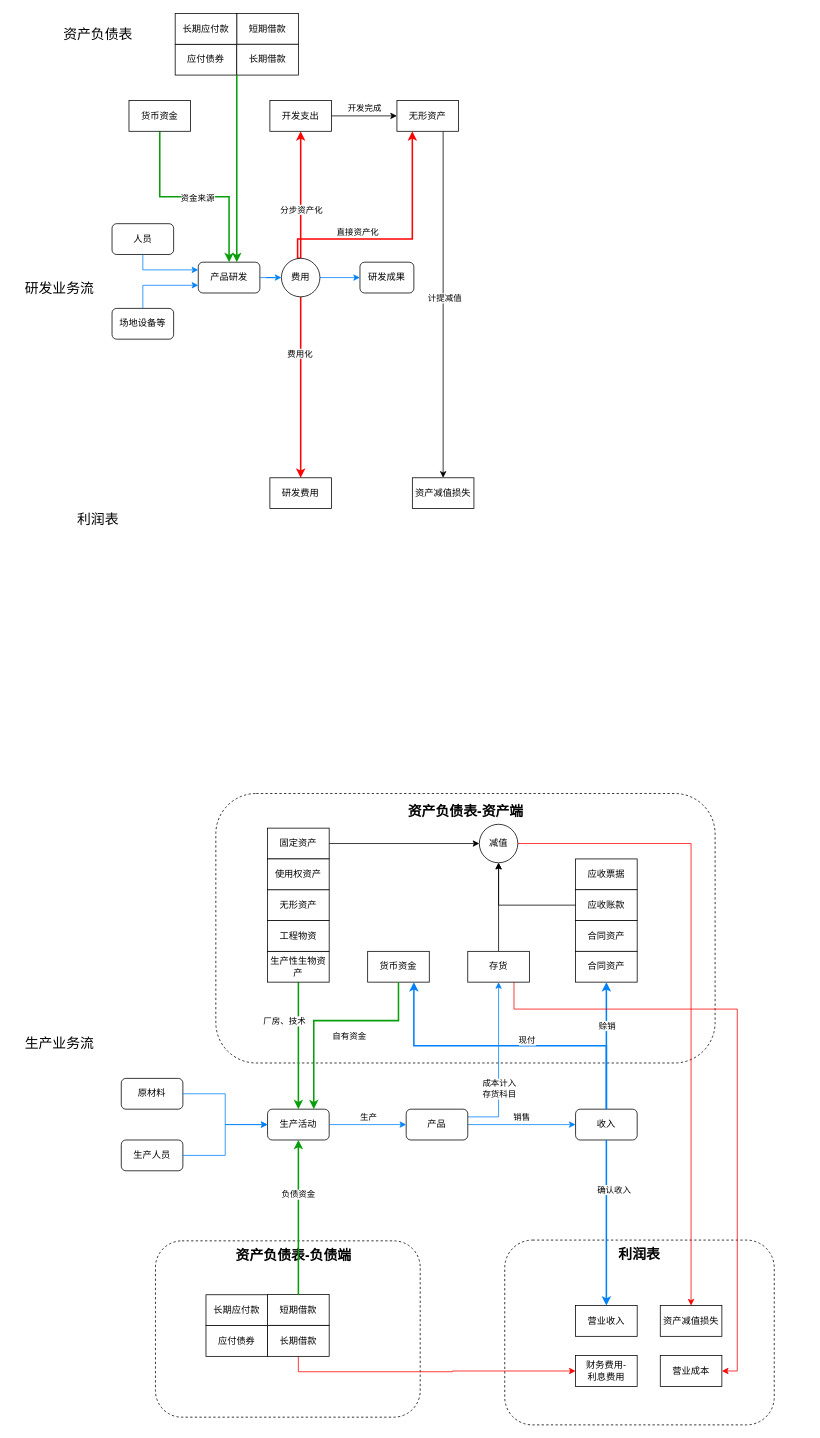
Before: 基于业务流的财务报表科目转换图.drawio in evagle/awesome, a draw.io diagram. Source tidied: cells renumbered, new cells numbered last; positions are measured from the earlier drawing's top-left corner, leaving out a move shared by most shapes. Both pictures are drawn from the tidied source at 77%, with x=0, y=0 at pixel (13, 13).
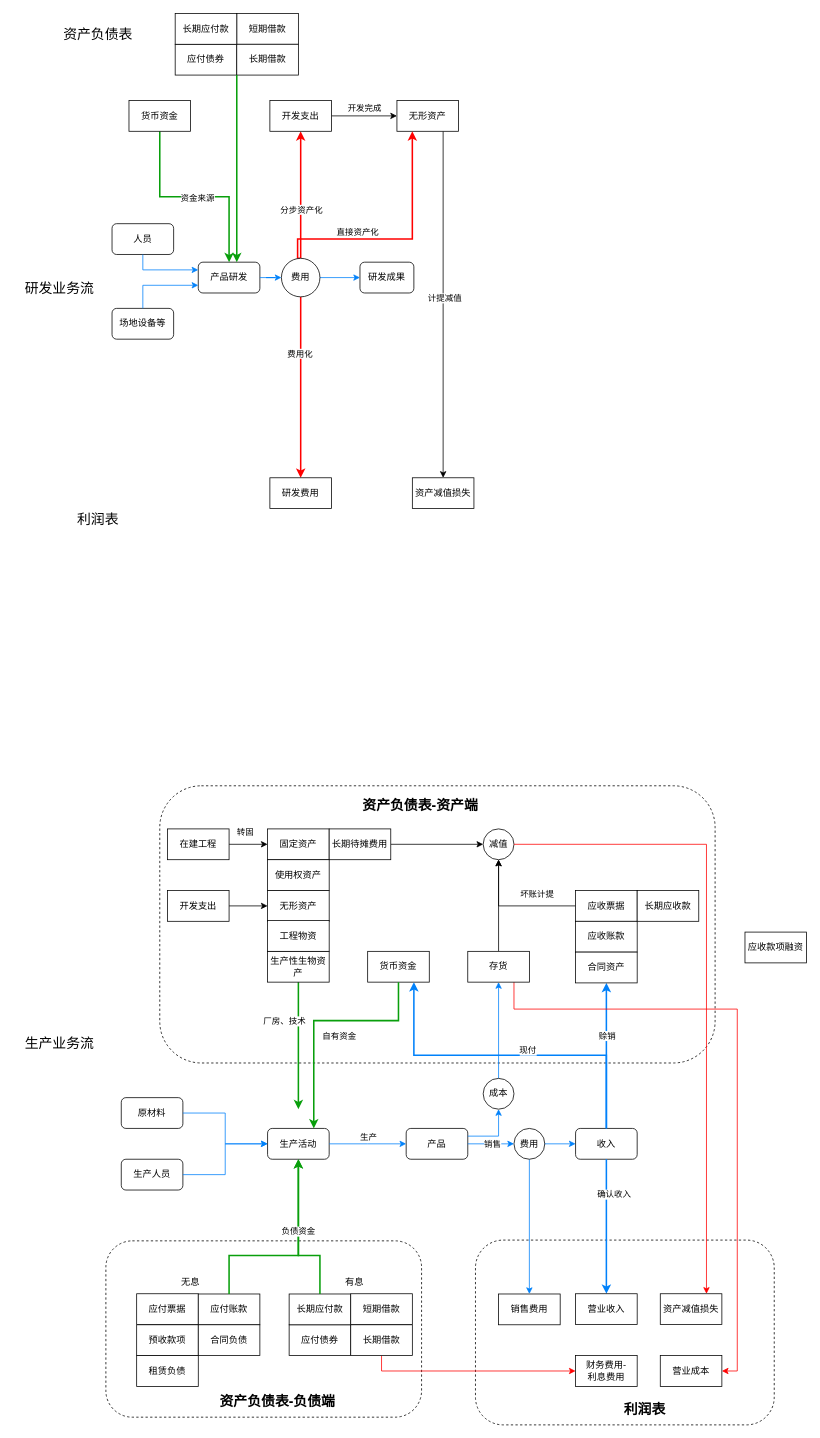
Above is the later version.

Commit message:
Update 基于业务流的财务报表科目转换图.drawio

Unchanged cells that the change refers to:
```xml
<mxCell id="83" value="存货" style="rounded=0;whiteSpace=wrap;html=1;" parent="1" vertex="1">
  <mxGeometry x="590" y="1218" width="80" height="40" as="geometry" />
</mxCell>
```

Change to the diagram source:
```diff
@@
-    <mxCell id="2" style="group;" parent="1" vertex="1">
-      <mxGeometry x="638" y="1593" width="350" height="240" as="geometry" />
-    </mxCell>
-    <mxCell id="3" style="rounded=1;whiteSpace=wrap;html=1;dashed=1;" parent="2" vertex="1">
-      <mxGeometry width="350" height="240" as="geometry" />
+    <mxCell id="3" style="rounded=1;whiteSpace=wrap;html=1;dashed=1;" parent="1" vertex="1">
+      <mxGeometry x="600" y="1593" width="388" height="240" as="geometry" />
     </mxCell>
-    <mxCell id="4" value="&lt;b&gt;&lt;font style=&quot;font-size: 18px;&quot;&gt;利润表&lt;/font&gt;&lt;/b&gt;" style="text;html=1;align=center;verticalAlign=middle;whiteSpace=wrap;rounded=0;" parent="2" vertex="1">
-      <mxGeometry x="145" y="8" width="60" height="21.8" as="geometry" />
-    </mxCell>
-    <mxCell id="5" style="group;" parent="1" vertex="1">
-      <mxGeometry x="150" y="1594" width="440" height="229" as="geometry" />
-    </mxCell>
+    <mxCell id="10" style="rounded=1;whiteSpace=wrap;html=1;dashed=1;" parent="1" vertex="1">
+      <mxGeometry x="190" y="1003" width="721.2" height="360" as="geometry" />
+    </mxCell>
-    <mxCell id="6" style="rounded=1;whiteSpace=wrap;html=1;dashed=1;" parent="5" vertex="1">
-      <mxGeometry x="34.4" width="343.8" height="229" as="geometry" />
+    <mxCell id="6" style="rounded=1;whiteSpace=wrap;html=1;dashed=1;" parent="1" vertex="1">
+      <mxGeometry x="120" y="1594" width="410" height="229" as="geometry" />
     </mxCell>
-    <mxCell id="7" value="&lt;span style=&quot;font-size: 18px;&quot;&gt;&lt;b&gt;资产负债表-负债端&lt;/b&gt;&lt;/span&gt;" style="text;html=1;align=center;verticalAlign=middle;whiteSpace=wrap;rounded=0;" parent="5" vertex="1">
-      <mxGeometry x="133.7" y="8.8" width="160.2" height="20.8" as="geometry" />
-    </mxCell>
-    <mxCell id="8" value="短期借款" style="rounded=0;whiteSpace=wrap;html=1;" parent="5" vertex="1">
-      <mxGeometry x="180" y="69.7" width="80" height="40" as="geometry" />
-    </mxCell>
-    <mxCell id="9" style="group;" parent="1" vertex="1">
-      <mxGeometry x="185" y="1053" width="830" height="350" as="geometry" />
-    </mxCell>
-    <mxCell id="10" style="rounded=1;whiteSpace=wrap;html=1;dashed=1;" parent="9" vertex="1">
-      <mxGeometry x="77.8" y="-40" width="648.4" height="350" as="geometry" />
-    </mxCell>
-    <mxCell id="11" value="&lt;span style=&quot;font-size: 18px;&quot;&gt;&lt;b&gt;资产负债表-资产端&lt;/b&gt;&lt;/span&gt;" style="text;html=1;align=center;verticalAlign=middle;whiteSpace=wrap;rounded=0;" parent="9" vertex="1">
-      <mxGeometry x="323.6" y="-32" width="156.9" height="31.8" as="geometry" />
-    </mxCell>
-    <mxCell id="12" value="应收票据" style="rounded=0;whiteSpace=wrap;html=1;" parent="9" vertex="1">
-      <mxGeometry x="545" y="45" width="80" height="40" as="geometry" />
-    </mxCell>
-    <mxCell id="13" value="应收账款" style="rounded=0;whiteSpace=wrap;html=1;" parent="9" vertex="1">
-      <mxGeometry x="545" y="85" width="80" height="40" as="geometry" />
-    </mxCell>
-    <mxCell id="14" value="合同资产" style="rounded=0;whiteSpace=wrap;html=1;" parent="9" vertex="1">
-      <mxGeometry x="545" y="125" width="80" height="40" as="geometry" />
-    </mxCell>
-    <mxCell id="15" value="合同资产" style="rounded=0;whiteSpace=wrap;html=1;" parent="9" vertex="1">
-      <mxGeometry x="545" y="165" width="80" height="40" as="geometry" />
-    </mxCell>
@@
     <mxCell id="49" value="生产人员" style="rounded=1;whiteSpace=wrap;html=1;" parent="1" vertex="1">
-      <mxGeometry x="140" y="1463" width="80" height="40" as="geometry" />
+      <mxGeometry x="140" y="1488" width="80" height="40" as="geometry" />
     </mxCell>
     <mxCell id="50" value="生产活动" style="rounded=1;whiteSpace=wrap;html=1;" parent="1" vertex="1">
-      <mxGeometry x="330" y="1423" width="80" height="40" as="geometry" />
+      <mxGeometry x="330" y="1448" width="80" height="40" as="geometry" />
     </mxCell>
     <mxCell id="51" value="无形资产" style="rounded=0;whiteSpace=wrap;html=1;" parent="1" vertex="1">
-      <mxGeometry x="330" y="1138" width="80" height="40" as="geometry" />
+      <mxGeometry x="330" y="1139" width="80" height="40" as="geometry" />
     </mxCell>
@@
     <mxCell id="53" value="应付债券" style="rounded=0;whiteSpace=wrap;html=1;" parent="1" vertex="1">
-      <mxGeometry x="250" y="1704" width="80" height="40" as="geometry" />
+      <mxGeometry x="358" y="1703" width="80" height="40" as="geometry" />
     </mxCell>
@@
     <mxCell id="55" value="长期借款" style="rounded=0;whiteSpace=wrap;html=1;" parent="1" vertex="1">
-      <mxGeometry x="330" y="1704" width="80" height="40" as="geometry" />
+      <mxGeometry x="438" y="1703" width="80" height="40" as="geometry" />
     </mxCell>
     <mxCell id="56" value="长期应付款" style="rounded=0;whiteSpace=wrap;html=1;" parent="1" vertex="1">
-      <mxGeometry x="250" y="1664" width="80" height="40" as="geometry" />
+      <mxGeometry x="358" y="1663" width="80" height="40" as="geometry" />
     </mxCell>
@@
-    <mxCell id="58" style="edgeStyle=orthogonalEdgeStyle;rounded=0;jettySize=auto;html=1;strokeColor=#099f0c;strokeWidth=2;exitX=0.5;exitY=0;exitDx=0;exitDy=0;entryX=0.5;entryY=1;entryDx=0;entryDy=0;" parent="1" edge="1" source="8" target="50">
+    <mxCell id="58" style="edgeStyle=orthogonalEdgeStyle;rounded=0;jettySize=auto;html=1;strokeColor=#099f0c;strokeWidth=2;exitX=0.5;exitY=0;exitDx=0;exitDy=0;entryX=0.5;entryY=1;entryDx=0;entryDy=0;" parent="1" edge="1" source="56" target="50">
       <mxGeometry relative="1" as="geometry">
         <Array as="points">
-          <mxPoint x="370" y="1664" />
+          <mxPoint x="398" y="1613" />
+          <mxPoint x="370" y="1613" />
         </Array>
       </mxGeometry>
     </mxCell>
-    <mxCell id="59" value="负债资金" style="edgeLabel;html=1;align=center;verticalAlign=middle;" parent="58" vertex="1">
-      <mxGeometry x="0.3" y="1" relative="1" as="geometry" />
-    </mxCell>
-    <mxCell id="60" style="edgeStyle=orthogonalEdgeStyle;rounded=0;jettySize=auto;html=1;exitX=1;exitY=0.5;exitDx=0;exitDy=0;entryX=0;entryY=0.5;entryDx=0;entryDy=0;" parent="1" edge="1" source="61" target="87">
+    <mxCell id="60" style="edgeStyle=orthogonalEdgeStyle;rounded=0;jettySize=auto;html=1;exitX=1;exitY=0.5;exitDx=0;exitDy=0;entryX=0;entryY=0.5;entryDx=0;entryDy=0;" parent="1" edge="1" source="99" target="87">
       <mxGeometry relative="1" as="geometry" />
     </mxCell>
     <mxCell id="61" value="固定资产" style="rounded=0;whiteSpace=wrap;html=1;" parent="1" vertex="1">
-      <mxGeometry x="330" y="1058" width="80" height="40" as="geometry" />
+      <mxGeometry x="330" y="1059" width="80" height="40" as="geometry" />
     </mxCell>
@@
     <mxCell id="66" value="使用权资产" style="rounded=0;whiteSpace=wrap;html=1;" parent="1" vertex="1">
-      <mxGeometry x="330" y="1098" width="80" height="40" as="geometry" />
+      <mxGeometry x="330" y="1099" width="80" height="40" as="geometry" />
     </mxCell>
@@
-    <mxCell id="68" value="工程物资" style="rounded=0;whiteSpace=wrap;html=1;" parent="1" vertex="1">
-      <mxGeometry x="330" y="1178" width="80" height="40" as="geometry" />
-    </mxCell>
-    <mxCell id="69" style="edgeStyle=orthogonalEdgeStyle;rounded=0;jettySize=auto;html=1;exitX=1;exitY=0.25;exitDx=0;exitDy=0;entryX=0.5;entryY=1;entryDx=0;entryDy=0;strokeColor=#0081fa;" parent="1" edge="1" source="71" target="83">
-      <mxGeometry relative="1" as="geometry">
-        <Array as="points">
-          <mxPoint x="630" y="1433" />
-        </Array>
-      </mxGeometry>
+    <mxCell id="69" style="edgeStyle=orthogonalEdgeStyle;rounded=0;jettySize=auto;html=1;exitX=0.5;exitY=0;exitDx=0;exitDy=0;entryX=0.5;entryY=1;entryDx=0;entryDy=0;strokeColor=#0081fa;" parent="1" edge="1" source="118" target="83">
+      <mxGeometry relative="1" as="geometry" />
     </mxCell>
-    <mxCell id="70" value="成本计入&lt;br&gt;存货科目" style="edgeLabel;html=1;align=center;verticalAlign=middle;" parent="69" vertex="1">
-      <mxGeometry x="-0.28" relative="1" as="geometry" />
-    </mxCell>
     <mxCell id="71" value="产品" style="rounded=1;whiteSpace=wrap;html=1;" parent="1" vertex="1">
-      <mxGeometry x="510" y="1423" width="80" height="40" as="geometry" />
+      <mxGeometry x="510" y="1448" width="80" height="40" as="geometry" />
     </mxCell>
     <mxCell id="72" value="收入" style="rounded=1;whiteSpace=wrap;html=1;" parent="1" vertex="1">
-      <mxGeometry x="730" y="1423" width="80" height="40" as="geometry" />
+      <mxGeometry x="730" y="1448" width="80" height="40" as="geometry" />
     </mxCell>
-    <mxCell id="73" style="edgeStyle=orthogonalEdgeStyle;rounded=0;jettySize=auto;html=1;exitX=0;exitY=0.5;exitDx=0;exitDy=0;entryX=0.5;entryY=1;entryDx=0;entryDy=0;" parent="1" edge="1" source="13" target="87">
+    <mxCell id="73" style="edgeStyle=orthogonalEdgeStyle;rounded=0;jettySize=auto;html=1;exitX=0;exitY=0.5;exitDx=0;exitDy=0;entryX=0.5;entryY=1;entryDx=0;entryDy=0;" parent="1" edge="1" source="12" target="87">
       <mxGeometry relative="1" as="geometry" />
     </mxCell>
+    <mxCell id="96" value="坏账计提" style="edgeLabel;html=1;align=center;verticalAlign=middle;" parent="73" vertex="1">
+      <mxGeometry x="-0.26" y="3" relative="1" as="geometry">
+        <mxPoint x="8" y="-19" as="offset" />
+      </mxGeometry>
+    </mxCell>
@@
-    <mxCell id="76" style="edgeStyle=orthogonalEdgeStyle;rounded=0;jettySize=auto;html=1;exitX=0.5;exitY=0;exitDx=0;exitDy=0;strokeColor=#0081fa;strokeWidth=2;entryX=0.5;entryY=1;entryDx=0;entryDy=0;" parent="1" edge="1" source="72" target="15">
+    <mxCell id="76" style="edgeStyle=orthogonalEdgeStyle;rounded=0;jettySize=auto;html=1;exitX=0.5;exitY=0;exitDx=0;exitDy=0;strokeColor=#0081fa;strokeWidth=2;entryX=0.5;entryY=1;entryDx=0;entryDy=0;" parent="1" edge="1" source="72" target="14">
       <mxGeometry relative="1" as="geometry" />
     </mxCell>
@@
     <mxCell id="84" value="原材料" style="rounded=1;whiteSpace=wrap;html=1;" parent="1" vertex="1">
-      <mxGeometry x="140" y="1383" width="80" height="40" as="geometry" />
+      <mxGeometry x="140" y="1408" width="80" height="40" as="geometry" />
     </mxCell>
     <mxCell id="85" value="资产减值损失" style="rounded=0;whiteSpace=wrap;html=1;" parent="1" vertex="1">
-      <mxGeometry x="840" y="1678" width="80" height="40" as="geometry" />
+      <mxGeometry x="840" y="1662.7" width="80" height="40" as="geometry" />
     </mxCell>
-    <mxCell id="86" style="edgeStyle=orthogonalEdgeStyle;rounded=0;jettySize=auto;html=1;exitX=1;exitY=0.5;exitDx=0;exitDy=0;entryX=0.5;entryY=0;entryDx=0;entryDy=0;strokeColor=#ff0000;" parent="1" edge="1" source="87" target="85">
-      <mxGeometry relative="1" as="geometry" />
-    </mxCell>
     <mxCell id="87" value="减值" style="ellipse;whiteSpace=wrap;html=1;" parent="1" vertex="1">
-      <mxGeometry x="605" y="1053" width="50" height="50" as="geometry" />
+      <mxGeometry x="610" y="1059" width="40" height="40" as="geometry" />
     </mxCell>
@@
     <mxCell id="89" style="edgeStyle=orthogonalEdgeStyle;rounded=0;jettySize=auto;html=1;strokeColor=#0081fa;exitX=1;exitY=0.5;exitDx=0;exitDy=0;" parent="1" edge="1" source="50" target="71">
       <mxGeometry relative="1" as="geometry">
         <Array as="points">
-          <mxPoint x="460" y="1443" />
-          <mxPoint x="460" y="1443" />
+          <mxPoint x="460" y="1468" />
+          <mxPoint x="460" y="1468" />
         </Array>
       </mxGeometry>
     </mxCell>
@@
-    <mxCell id="91" style="edgeStyle=orthogonalEdgeStyle;rounded=0;jettySize=auto;html=1;strokeColor=#0081fa;exitX=1;exitY=0.5;exitDx=0;exitDy=0;entryX=0;entryY=0.5;entryDx=0;entryDy=0;" parent="1" edge="1" source="71" target="72">
+    <mxCell id="91" style="edgeStyle=orthogonalEdgeStyle;rounded=0;jettySize=auto;html=1;strokeColor=#0081fa;exitX=1;exitY=0.5;exitDx=0;exitDy=0;entryX=0;entryY=0.5;entryDx=0;entryDy=0;" parent="1" edge="1" source="116" target="72">
       <mxGeometry relative="1" as="geometry">
         <Array as="points">
-          <mxPoint x="660" y="1443" />
-          <mxPoint x="660" y="1443" />
+          <mxPoint x="660" y="1468" />
+          <mxPoint x="660" y="1468" />
         </Array>
       </mxGeometry>
     </mxCell>
+    <mxCell id="93" value="财务费用-&lt;br&gt;利息费用" style="rounded=0;whiteSpace=wrap;html=1;" parent="1" vertex="1">
+      <mxGeometry x="730" y="1743" width="80" height="40" as="geometry" />
+    </mxCell>
+    <mxCell id="95" value="营业成本" style="rounded=0;whiteSpace=wrap;html=1;" parent="1" vertex="1">
+      <mxGeometry x="840" y="1743" width="80" height="40" as="geometry" />
+    </mxCell>
+    <mxCell id="12" value="应收票据" style="rounded=0;whiteSpace=wrap;html=1;" parent="1" vertex="1">
+      <mxGeometry x="730" y="1139" width="80" height="40" as="geometry" />
+    </mxCell>
+    <mxCell id="13" value="应收账款" style="rounded=0;whiteSpace=wrap;html=1;" parent="1" vertex="1">
+      <mxGeometry x="730" y="1179" width="80" height="40" as="geometry" />
+    </mxCell>
+    <mxCell id="14" value="合同资产" style="rounded=0;whiteSpace=wrap;html=1;" parent="1" vertex="1">
+      <mxGeometry x="730" y="1219" width="80" height="40" as="geometry" />
+    </mxCell>
+    <mxCell id="86" style="edgeStyle=orthogonalEdgeStyle;rounded=0;jettySize=auto;html=1;exitX=1;exitY=0.5;exitDx=0;exitDy=0;entryX=0.75;entryY=0;entryDx=0;entryDy=0;strokeColor=#ff0000;" parent="1" edge="1" source="87" target="85">
+      <mxGeometry relative="1" as="geometry" />
+    </mxCell>
+    <mxCell id="97" value="长期应收款" style="rounded=0;whiteSpace=wrap;html=1;" parent="1" vertex="1">
+      <mxGeometry x="810" y="1139" width="80" height="40" as="geometry" />
+    </mxCell>
+    <mxCell id="98" style="edgeStyle=orthogonalEdgeStyle;rounded=0;jettySize=auto;html=1;exitX=1;exitY=0.5;exitDx=0;exitDy=0;entryX=0;entryY=0.5;entryDx=0;entryDy=0;" parent="1" edge="1" source="61" target="99">
+      <mxGeometry relative="1" as="geometry" />
+    </mxCell>
+    <mxCell id="99" value="长期待摊费用" style="rounded=0;whiteSpace=wrap;html=1;" parent="1" vertex="1">
+      <mxGeometry x="410" y="1059" width="80" height="40" as="geometry" />
+    </mxCell>
+    <mxCell id="7" value="&lt;span style=&quot;font-size: 18px;&quot;&gt;&lt;b&gt;资产负债表-负债端&lt;/b&gt;&lt;/span&gt;" style="text;html=1;align=center;verticalAlign=middle;whiteSpace=wrap;rounded=0;" parent="1" vertex="1">
+      <mxGeometry x="262.8" y="1793" width="160.2" height="20.8" as="geometry" />
+    </mxCell>
+    <mxCell id="8" value="短期借款" style="rounded=0;whiteSpace=wrap;html=1;" parent="1" vertex="1">
+      <mxGeometry x="438" y="1662.7" width="80" height="40" as="geometry" />
+    </mxCell>
+    <mxCell id="100" value="应付票据" style="rounded=0;whiteSpace=wrap;html=1;" parent="1" vertex="1">
+      <mxGeometry x="160" y="1662.7" width="80" height="40" as="geometry" />
+    </mxCell>
+    <mxCell id="101" value="应付账款" style="rounded=0;whiteSpace=wrap;html=1;" parent="1" vertex="1">
+      <mxGeometry x="240" y="1663" width="80" height="40" as="geometry" />
+    </mxCell>
+    <mxCell id="102" value="预收款项" style="rounded=0;whiteSpace=wrap;html=1;" parent="1" vertex="1">
+      <mxGeometry x="160" y="1703" width="80" height="40" as="geometry" />
+    </mxCell>
+    <mxCell id="103" value="合同负债" style="rounded=0;whiteSpace=wrap;html=1;" parent="1" vertex="1">
+      <mxGeometry x="240" y="1703" width="80" height="40" as="geometry" />
+    </mxCell>
+    <mxCell id="104" value="租赁负债" style="rounded=0;whiteSpace=wrap;html=1;" parent="1" vertex="1">
+      <mxGeometry x="160" y="1743" width="80" height="40" as="geometry" />
+    </mxCell>
+    <mxCell id="105" style="edgeStyle=orthogonalEdgeStyle;rounded=0;jettySize=auto;html=1;strokeColor=#099f0c;strokeWidth=2;exitX=0.5;exitY=0;exitDx=0;exitDy=0;entryX=0.5;entryY=1;entryDx=0;entryDy=0;" parent="1" edge="1" source="101" target="50">
+      <mxGeometry relative="1" as="geometry">
+        <Array as="points">
+          <mxPoint x="280" y="1613" />
+          <mxPoint x="370" y="1613" />
+        </Array>
+      </mxGeometry>
+    </mxCell>
+    <mxCell id="59" value="负债资金" style="edgeLabel;html=1;align=center;verticalAlign=middle;" parent="105" vertex="1">
+      <mxGeometry x="0.3" y="1" relative="1" as="geometry" />
+    </mxCell>
+    <mxCell id="106" value="无息" style="text;html=1;align=center;verticalAlign=middle;whiteSpace=wrap;rounded=0;" parent="1" vertex="1">
+      <mxGeometry x="200" y="1633" width="60" height="30" as="geometry" />
+    </mxCell>
+    <mxCell id="107" value="有息" style="text;html=1;align=center;verticalAlign=middle;whiteSpace=wrap;rounded=0;" parent="1" vertex="1">
+      <mxGeometry x="413" y="1632.7" width="60" height="30" as="geometry" />
+    </mxCell>
+    <mxCell id="108" style="edgeStyle=orthogonalEdgeStyle;rounded=0;jettySize=auto;html=1;exitX=1;exitY=0.5;exitDx=0;exitDy=0;entryX=0;entryY=0.5;entryDx=0;entryDy=0;" parent="1" edge="1" source="110" target="61">
+      <mxGeometry relative="1" as="geometry" />
+    </mxCell>
+    <mxCell id="109" value="转固" style="edgeLabel;html=1;align=center;verticalAlign=middle;" parent="108" vertex="1">
+      <mxGeometry x="0.13" y="-1" relative="1" as="geometry">
+        <mxPoint x="-8" y="-17" as="offset" />
+      </mxGeometry>
+    </mxCell>
+    <mxCell id="110" value="在建工程" style="rounded=0;whiteSpace=wrap;html=1;" parent="1" vertex="1">
+      <mxGeometry x="200" y="1059" width="80" height="40" as="geometry" />
+    </mxCell>
+    <mxCell id="11" value="&lt;span style=&quot;font-size: 18px;&quot;&gt;&lt;b&gt;资产负债表-资产端&lt;/b&gt;&lt;/span&gt;" style="text;html=1;align=center;verticalAlign=middle;whiteSpace=wrap;rounded=0;" parent="1" vertex="1">
+      <mxGeometry x="450" y="1013" width="156.9" height="31.8" as="geometry" />
+    </mxCell>
+    <mxCell id="15" value="应收款项融资" style="rounded=0;whiteSpace=wrap;html=1;" parent="1" vertex="1">
+      <mxGeometry x="950" y="1193" width="80" height="40" as="geometry" />
+    </mxCell>
+    <mxCell id="111" style="edgeStyle=orthogonalEdgeStyle;rounded=0;jettySize=auto;html=1;exitX=1;exitY=0.5;exitDx=0;exitDy=0;" parent="1" edge="1" source="112" target="51">
+      <mxGeometry relative="1" as="geometry" />
+    </mxCell>
+    <mxCell id="112" value="开发支出" style="rounded=0;whiteSpace=wrap;html=1;" parent="1" vertex="1">
+      <mxGeometry x="200" y="1139" width="80" height="40" as="geometry" />
+    </mxCell>
+    <mxCell id="68" value="工程物资" style="rounded=0;whiteSpace=wrap;html=1;" parent="1" vertex="1">
+      <mxGeometry x="330" y="1178" width="80" height="40" as="geometry" />
+    </mxCell>
+    <mxCell id="4" value="&lt;b&gt;&lt;font style=&quot;font-size: 18px;&quot;&gt;利润表&lt;/font&gt;&lt;/b&gt;" style="text;html=1;align=center;verticalAlign=middle;whiteSpace=wrap;rounded=0;" parent="1" vertex="1">
+      <mxGeometry x="790" y="1803" width="60" height="21.8" as="geometry" />
+    </mxCell>
+    <mxCell id="94" value="营业收入" style="rounded=0;whiteSpace=wrap;html=1;" parent="1" vertex="1">
+      <mxGeometry x="730" y="1662.7" width="80" height="40" as="geometry" />
+    </mxCell>
+    <mxCell id="113" value="销售费用" style="rounded=0;whiteSpace=wrap;html=1;" parent="1" vertex="1">
+      <mxGeometry x="630" y="1663" width="80" height="40" as="geometry" />
+    </mxCell>
+    <mxCell id="114" style="edgeStyle=orthogonalEdgeStyle;rounded=0;jettySize=auto;html=1;strokeColor=#0081fa;exitX=1;exitY=0.5;exitDx=0;exitDy=0;entryX=0;entryY=0.5;entryDx=0;entryDy=0;" parent="1" edge="1" source="71" target="116">
+      <mxGeometry relative="1" as="geometry" />
+    </mxCell>
-    <mxCell id="92" value="销售" style="edgeLabel;html=1;align=center;verticalAlign=middle;" parent="91" vertex="1">
+    <mxCell id="92" value="销售" style="edgeLabel;html=1;align=center;verticalAlign=middle;" parent="114" vertex="1">
       <mxGeometry x="-0.04" y="1" relative="1" as="geometry">
-        <mxPoint x="2" y="-9" as="offset" />
+        <mxPoint x="2" y="1" as="offset" />
       </mxGeometry>
     </mxCell>
-    <mxCell id="93" value="财务费用-&lt;br&gt;利息费用" style="rounded=0;whiteSpace=wrap;html=1;" parent="1" vertex="1">
-      <mxGeometry x="730" y="1743" width="80" height="40" as="geometry" />
-    </mxCell>
-    <mxCell id="94" value="营业收入" style="rounded=0;whiteSpace=wrap;html=1;" parent="1" vertex="1">
-      <mxGeometry x="730" y="1678" width="80" height="40" as="geometry" />
-    </mxCell>
-    <mxCell id="95" value="营业成本" style="rounded=0;whiteSpace=wrap;html=1;" parent="1" vertex="1">
-      <mxGeometry x="840" y="1743" width="80" height="40" as="geometry" />
-    </mxCell>
+    <mxCell id="115" style="edgeStyle=orthogonalEdgeStyle;rounded=0;jettySize=auto;html=1;exitX=0.5;exitY=1;exitDx=0;exitDy=0;entryX=0.5;entryY=0;entryDx=0;entryDy=0;strokeColor=#0081fa;" parent="1" edge="1" source="116" target="113">
+      <mxGeometry relative="1" as="geometry" />
+    </mxCell>
+    <mxCell id="116" value="费用" style="ellipse;whiteSpace=wrap;html=1;" parent="1" vertex="1">
+      <mxGeometry x="650" y="1448" width="40" height="40" as="geometry" />
+    </mxCell>
+    <mxCell id="117" style="edgeStyle=orthogonalEdgeStyle;rounded=0;jettySize=auto;html=1;exitX=1;exitY=0.25;exitDx=0;exitDy=0;entryX=0.5;entryY=1;entryDx=0;entryDy=0;strokeColor=#0081fa;" parent="1" edge="1" source="71" target="118">
+      <mxGeometry relative="1" as="geometry">
+        <Array as="points">
+          <mxPoint x="630" y="1458" />
+        </Array>
+      </mxGeometry>
+    </mxCell>
+    <mxCell id="118" value="成本" style="ellipse;whiteSpace=wrap;html=1;" parent="1" vertex="1">
+      <mxGeometry x="610" y="1383" width="40" height="40" as="geometry" />
+    </mxCell>
```
